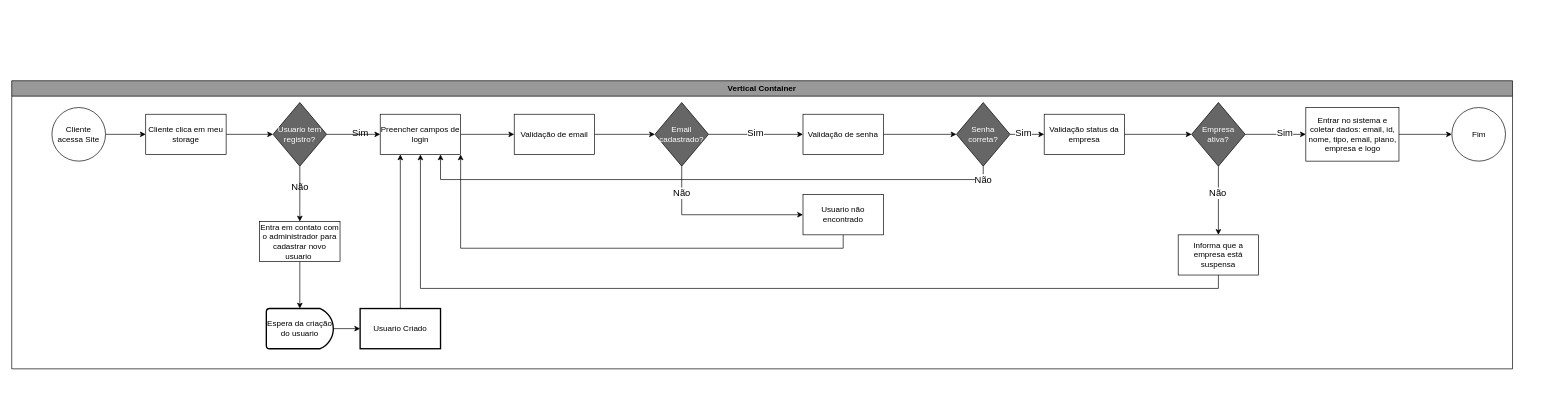
The draw.io diagram page "Login cliente" (6 of 7) of fluxogramas/YS-Fluxo.drawio in eothigas/YS_Storage, before the edit. Source tidied: cells renumbered, new cells numbered last; positions are measured from the earlier drawing's top-left corner, leaving out a move shared by most shapes. Both pictures are drawn from the tidied source at 67%, with x=0, y=0 at pixel (11, 80).
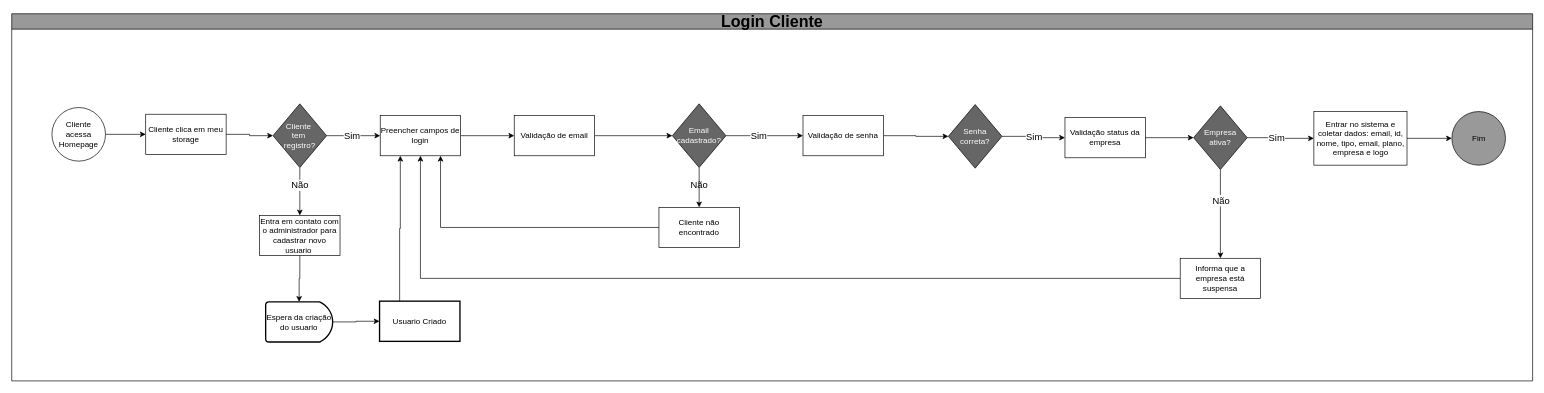
The same page after the edit.

Commit message:
Flugrama - Cliente (Ajustes)

Unchanged cells that the change refers to:
```xml
<mxCell id="5" value="Cliente clica em meu storage" style="whiteSpace=wrap;html=1;" parent="1" vertex="1">
  <mxGeometry x="200" y="50" width="120" height="60" as="geometry" />
</mxCell>
```

Diff of the diagram source:
```diff
@@
-    <mxCell id="3" value="Cliente acessa Site" style="ellipse;whiteSpace=wrap;html=1;" parent="1" vertex="1">
+    <mxCell id="3" value="Cliente acessa Homepage" style="ellipse;whiteSpace=wrap;html=1;" parent="1" vertex="1">
       <mxGeometry x="60" y="40" width="80" height="80" as="geometry" />
     </mxCell>
-    <mxCell id="4" style="edgeStyle=orthogonalEdgeStyle;rounded=0;jettySize=auto;html=1;entryX=0;entryY=0.5;entryDx=0;entryDy=0;" parent="1" edge="1" source="5" target="32">
+    <mxCell id="4" style="edgeStyle=orthogonalEdgeStyle;rounded=0;jettySize=auto;html=1;exitX=1;exitY=0.5;exitDx=0;exitDy=0;entryX=0;entryY=0.5;entryDx=0;entryDy=0;" parent="1" edge="1" source="5" target="32">
       <mxGeometry relative="1" as="geometry" />
     </mxCell>
@@
-    <mxCell id="6" value="Vertical Container" style="swimlane;whiteSpace=wrap;html=1;fillColor=#999999;" parent="1" vertex="1">
-      <mxGeometry width="2240" height="430" as="geometry" />
+    <mxCell id="6" value="&lt;font style=&quot;font-size: 24px;&quot;&gt;Login Cliente&lt;/font&gt;" style="swimlane;whiteSpace=wrap;html=1;fillColor=#999999;" parent="1" vertex="1">
+      <mxGeometry y="-100" width="2270" height="548" as="geometry" />
     </mxCell>
     <mxCell id="7" value="Entra em contato com o administrador para cadastrar novo usuario&amp;nbsp;" style="whiteSpace=wrap;html=1;" parent="6" vertex="1">
-      <mxGeometry x="370" y="210" width="120" height="60" as="geometry" />
+      <mxGeometry x="370" y="301" width="120" height="60" as="geometry" />
     </mxCell>
-    <mxCell id="8" style="edgeStyle=orthogonalEdgeStyle;rounded=0;jettySize=auto;html=1;" parent="6" edge="1" source="9" target="12">
+    <mxCell id="8" style="edgeStyle=orthogonalEdgeStyle;rounded=0;jettySize=auto;html=1;exitX=1;exitY=0.5;exitDx=0;exitDy=0;exitPerimeter=0;entryX=0;entryY=0.5;entryDx=0;entryDy=0;" parent="6" edge="1" source="9" target="12">
       <mxGeometry relative="1" as="geometry" />
     </mxCell>
     <mxCell id="9" value="Espera da criação do usuario" style="strokeWidth=2;html=1;shape=mxgraph.flowchart.delay;whiteSpace=wrap;" parent="6" vertex="1">
-      <mxGeometry x="380" y="340" width="100" height="60" as="geometry" />
+      <mxGeometry x="379" y="430" width="100" height="60" as="geometry" />
     </mxCell>
-    <mxCell id="10" style="edgeStyle=orthogonalEdgeStyle;rounded=0;jettySize=auto;html=1;exitX=0.5;exitY=1;exitDx=0;exitDy=0;entryX=0.5;entryY=0;entryDx=0;entryDy=0;entryPerimeter=0;" parent="6" edge="1" source="7" target="9">
-      <mxGeometry relative="1" as="geometry" />
-    </mxCell>
-    <mxCell id="11" style="edgeStyle=orthogonalEdgeStyle;rounded=0;jettySize=auto;html=1;exitX=0.5;exitY=0;exitDx=0;exitDy=0;entryX=0.25;entryY=1;entryDx=0;entryDy=0;" parent="6" edge="1" source="12" target="14">
+    <mxCell id="11" style="edgeStyle=orthogonalEdgeStyle;rounded=0;jettySize=auto;html=1;exitX=0.25;exitY=0;exitDx=0;exitDy=0;entryX=0.25;entryY=1;entryDx=0;entryDy=0;" parent="6" edge="1" source="12" target="14">
       <mxGeometry relative="1" as="geometry" />
     </mxCell>
     <mxCell id="12" value="Usuario Criado" style="whiteSpace=wrap;html=1;strokeWidth=2;" parent="6" vertex="1">
-      <mxGeometry x="520" y="340" width="120" height="60" as="geometry" />
+      <mxGeometry x="549" y="429" width="120" height="60" as="geometry" />
     </mxCell>
@@
     <mxCell id="14" value="Preencher campos de login" style="whiteSpace=wrap;html=1;" parent="6" vertex="1">
-      <mxGeometry x="550" y="50" width="120" height="60" as="geometry" />
+      <mxGeometry x="550" y="152" width="120" height="60" as="geometry" />
     </mxCell>
-    <mxCell id="15" value="&lt;font style=&quot;font-size: 14px;&quot;&gt;Sim&lt;/font&gt;" style="edgeLabel;html=1;align=center;verticalAlign=middle;" parent="6" vertex="1">
-      <mxGeometry x="530" y="80" as="geometry">
-        <mxPoint x="-11" y="-3" as="offset" />
-      </mxGeometry>
-    </mxCell>
-    <mxCell id="16" value="&lt;font style=&quot;font-size: 14px;&quot;&gt;Não&lt;/font&gt;" style="edgeLabel;html=1;align=center;verticalAlign=middle;" parent="6" vertex="1">
-      <mxGeometry x="440" y="160" as="geometry">
-        <mxPoint x="-11" y="-3" as="offset" />
-      </mxGeometry>
-    </mxCell>
-    <mxCell id="17" style="edgeStyle=orthogonalEdgeStyle;rounded=0;jettySize=auto;html=1;entryX=0;entryY=0.5;entryDx=0;entryDy=0;" parent="6" edge="1" source="18" target="35">
+    <mxCell id="17" style="edgeStyle=orthogonalEdgeStyle;rounded=0;jettySize=auto;html=1;exitX=1;exitY=0.5;exitDx=0;exitDy=0;entryX=0;entryY=0.5;entryDx=0;entryDy=0;" parent="6" edge="1" source="18" target="35">
       <mxGeometry relative="1" as="geometry" />
     </mxCell>
     <mxCell id="18" value="Validação de email" style="whiteSpace=wrap;html=1;" parent="6" vertex="1">
-      <mxGeometry x="750" y="50" width="120" height="60" as="geometry" />
+      <mxGeometry x="750" y="152" width="120" height="60" as="geometry" />
     </mxCell>
-    <mxCell id="19" style="edgeStyle=orthogonalEdgeStyle;rounded=0;jettySize=auto;html=1;exitX=1;exitY=0.5;exitDx=0;exitDy=0;" parent="6" edge="1" source="35" target="26">
-      <mxGeometry relative="1" as="geometry" />
-    </mxCell>
-    <mxCell id="20" style="edgeStyle=orthogonalEdgeStyle;rounded=0;jettySize=auto;html=1;exitX=0.5;exitY=1;exitDx=0;exitDy=0;entryX=0;entryY=0.5;entryDx=0;entryDy=0;" parent="6" edge="1" source="35" target="22">
-      <mxGeometry relative="1" as="geometry" />
-    </mxCell>
-    <mxCell id="21" style="edgeStyle=orthogonalEdgeStyle;rounded=0;jettySize=auto;html=1;exitX=0.5;exitY=1;exitDx=0;exitDy=0;entryX=1;entryY=1;entryDx=0;entryDy=0;" parent="6" edge="1" source="22" target="14">
+    <mxCell id="21" style="edgeStyle=orthogonalEdgeStyle;rounded=0;jettySize=auto;html=1;exitX=0;exitY=0.5;exitDx=0;exitDy=0;entryX=0.75;entryY=1;entryDx=0;entryDy=0;" parent="6" edge="1" source="22" target="14">
       <mxGeometry relative="1" as="geometry" />
     </mxCell>
-    <mxCell id="22" value="Usuario não encontrado" style="whiteSpace=wrap;html=1;" parent="6" vertex="1">
-      <mxGeometry x="1181" y="170" width="120" height="60" as="geometry" />
+    <mxCell id="22" value="Cliente não encontrado" style="whiteSpace=wrap;html=1;" parent="6" vertex="1">
+      <mxGeometry x="966" y="289" width="120" height="60" as="geometry" />
     </mxCell>
     <mxCell id="23" value="&lt;font style=&quot;font-size: 14px;&quot;&gt;Não&lt;/font&gt;" style="edgeLabel;html=1;align=center;verticalAlign=middle;" parent="6" vertex="1">
-      <mxGeometry x="1010" y="170" as="geometry">
+      <mxGeometry x="1036" y="258" as="geometry">
         <mxPoint x="-11" y="-3" as="offset" />
       </mxGeometry>
     </mxCell>
-    <mxCell id="24" value="&lt;font style=&quot;font-size: 14px;&quot;&gt;Sim&lt;/font&gt;" style="edgeLabel;html=1;align=center;verticalAlign=middle;" parent="6" vertex="1">
-      <mxGeometry x="1120" y="80" as="geometry">
-        <mxPoint x="-11" y="-3" as="offset" />
-      </mxGeometry>
-    </mxCell>
-    <mxCell id="25" style="edgeStyle=orthogonalEdgeStyle;rounded=0;jettySize=auto;html=1;entryX=0;entryY=0.5;entryDx=0;entryDy=0;" parent="6" edge="1" source="26" target="36">
+    <mxCell id="25" style="edgeStyle=orthogonalEdgeStyle;rounded=0;jettySize=auto;html=1;exitX=1;exitY=0.5;exitDx=0;exitDy=0;entryX=0;entryY=0.5;entryDx=0;entryDy=0;" parent="6" edge="1" source="26" target="36">
       <mxGeometry relative="1" as="geometry" />
     </mxCell>
     <mxCell id="26" value="Validação de senha" style="whiteSpace=wrap;html=1;" parent="6" vertex="1">
-      <mxGeometry x="1181" y="50" width="120" height="60" as="geometry" />
+      <mxGeometry x="1181" y="152" width="120" height="60" as="geometry" />
     </mxCell>
-    <mxCell id="27" style="edgeStyle=orthogonalEdgeStyle;rounded=0;jettySize=auto;html=1;exitX=0.5;exitY=1;exitDx=0;exitDy=0;entryX=0.75;entryY=1;entryDx=0;entryDy=0;" parent="6" edge="1" source="36" target="14">
-      <mxGeometry relative="1" as="geometry" />
-    </mxCell>
-    <mxCell id="28" style="edgeStyle=orthogonalEdgeStyle;rounded=0;jettySize=auto;html=1;exitX=1;exitY=0.5;exitDx=0;exitDy=0;" parent="6" edge="1" source="36" target="31">
-      <mxGeometry relative="1" as="geometry" />
-    </mxCell>
-    <mxCell id="29" value="&lt;font style=&quot;font-size: 14px;&quot;&gt;Não&lt;/font&gt;" style="edgeLabel;html=1;align=center;verticalAlign=middle;" parent="6" vertex="1">
-      <mxGeometry x="1460" y="150" as="geometry">
-        <mxPoint x="-11" y="-3" as="offset" />
-      </mxGeometry>
-    </mxCell>
-    <mxCell id="30" style="edgeStyle=orthogonalEdgeStyle;rounded=0;jettySize=auto;html=1;" parent="6" edge="1" source="31" target="38">
+    <mxCell id="30" style="edgeStyle=orthogonalEdgeStyle;rounded=0;jettySize=auto;html=1;exitX=1;exitY=0.5;exitDx=0;exitDy=0;entryX=0;entryY=0.5;entryDx=0;entryDy=0;" parent="6" edge="1" source="31" target="38">
       <mxGeometry relative="1" as="geometry" />
     </mxCell>
     <mxCell id="31" value="Validação status da empresa" style="whiteSpace=wrap;html=1;" parent="6" vertex="1">
-      <mxGeometry x="1541" y="50" width="120" height="60" as="geometry" />
+      <mxGeometry x="1572" y="155" width="120" height="60" as="geometry" />
     </mxCell>
-    <mxCell id="32" value="&lt;font color=&quot;#ffffff&quot;&gt;Usuario tem registro?&lt;/font&gt;" style="rhombus;whiteSpace=wrap;html=1;fillColor=#666666;" parent="6" vertex="1">
-      <mxGeometry x="390" y="32.5" width="80" height="95" as="geometry" />
-    </mxCell>
-    <mxCell id="33" style="edgeStyle=orthogonalEdgeStyle;rounded=0;jettySize=auto;html=1;exitX=0.5;exitY=1;exitDx=0;exitDy=0;" parent="6" edge="1" source="32" target="7">
+    <mxCell id="33" style="edgeStyle=orthogonalEdgeStyle;rounded=0;jettySize=auto;html=1;exitX=0.5;exitY=1;exitDx=0;exitDy=0;entryX=0.5;entryY=0;entryDx=0;entryDy=0;" parent="6" edge="1" source="32" target="7">
       <mxGeometry relative="1" as="geometry" />
     </mxCell>
-    <mxCell id="34" style="edgeStyle=orthogonalEdgeStyle;rounded=0;jettySize=auto;html=1;exitX=1;exitY=0.5;exitDx=0;exitDy=0;" parent="6" edge="1" source="32" target="14">
+    <mxCell id="34" style="edgeStyle=orthogonalEdgeStyle;rounded=0;jettySize=auto;html=1;exitX=1;exitY=0.5;exitDx=0;exitDy=0;entryX=0;entryY=0.5;entryDx=0;entryDy=0;" parent="6" edge="1" source="32" target="14">
       <mxGeometry relative="1" as="geometry" />
     </mxCell>
+    <mxCell id="32" value="&lt;font color=&quot;#ffffff&quot;&gt;Cliente&amp;nbsp;&lt;/font&gt;&lt;div&gt;&lt;font color=&quot;#ffffff&quot;&gt;tem&amp;nbsp;&lt;/font&gt;&lt;/div&gt;&lt;div&gt;&lt;font color=&quot;#ffffff&quot;&gt;registro?&lt;/font&gt;&lt;/div&gt;" style="rhombus;whiteSpace=wrap;html=1;fillColor=#666666;" parent="6" vertex="1">
+      <mxGeometry x="390" y="134.5" width="80" height="95" as="geometry" />
+    </mxCell>
+    <mxCell id="19" style="edgeStyle=orthogonalEdgeStyle;rounded=0;jettySize=auto;html=1;exitX=1;exitY=0.5;exitDx=0;exitDy=0;entryX=0;entryY=0.5;entryDx=0;entryDy=0;" parent="6" edge="1" source="35" target="26">
+      <mxGeometry relative="1" as="geometry" />
+    </mxCell>
+    <mxCell id="24" value="&lt;font style=&quot;font-size: 14px;&quot;&gt;Sim&lt;/font&gt;" style="edgeLabel;html=1;align=center;verticalAlign=middle;" parent="19" vertex="1">
+      <mxGeometry x="-0.14" relative="1" as="geometry">
+        <mxPoint x="-1" as="offset" />
+      </mxGeometry>
+    </mxCell>
+    <mxCell id="20" style="edgeStyle=orthogonalEdgeStyle;rounded=0;jettySize=auto;html=1;exitX=0.5;exitY=1;exitDx=0;exitDy=0;" parent="6" edge="1" source="35" target="22">
+      <mxGeometry relative="1" as="geometry" />
+    </mxCell>
     <mxCell id="35" value="&lt;font color=&quot;#ffffff&quot;&gt;Email cadastrado?&lt;/font&gt;" style="rhombus;whiteSpace=wrap;html=1;fillColor=#666666;" parent="6" vertex="1">
-      <mxGeometry x="960" y="32.5" width="80" height="95" as="geometry" />
+      <mxGeometry x="986" y="134.5" width="80" height="95" as="geometry" />
     </mxCell>
+    <mxCell id="28" style="edgeStyle=orthogonalEdgeStyle;rounded=0;jettySize=auto;html=1;exitX=1;exitY=0.5;exitDx=0;exitDy=0;entryX=0;entryY=0.5;entryDx=0;entryDy=0;" parent="6" edge="1" source="36" target="31">
+      <mxGeometry relative="1" as="geometry" />
+    </mxCell>
     <mxCell id="36" value="&lt;font color=&quot;#ffffff&quot;&gt;Senha correta?&lt;/font&gt;" style="rhombus;whiteSpace=wrap;html=1;fillColor=#666666;" parent="6" vertex="1">
-      <mxGeometry x="1410" y="32.5" width="80" height="95" as="geometry" />
+      <mxGeometry x="1398" y="135.5" width="80" height="95" as="geometry" />
     </mxCell>
@@
+    <mxCell id="43" style="edgeStyle=orthogonalEdgeStyle;rounded=0;jettySize=auto;html=1;exitX=1;exitY=0.5;exitDx=0;exitDy=0;entryX=0;entryY=0.5;entryDx=0;entryDy=0;" parent="6" edge="1" source="38" target="42">
+      <mxGeometry relative="1" as="geometry" />
+    </mxCell>
     <mxCell id="38" value="&lt;font color=&quot;#ffffff&quot;&gt;Empresa ativa?&lt;/font&gt;" style="rhombus;whiteSpace=wrap;html=1;fillColor=#666666;" parent="6" vertex="1">
-      <mxGeometry x="1761" y="32.5" width="80" height="95" as="geometry" />
+      <mxGeometry x="1764" y="137.5" width="80" height="95" as="geometry" />
     </mxCell>
     <mxCell id="39" value="&lt;font style=&quot;font-size: 14px;&quot;&gt;Sim&lt;/font&gt;" style="edgeLabel;html=1;align=center;verticalAlign=middle;" parent="6" vertex="1">
-      <mxGeometry x="1520" y="80" as="geometry">
+      <mxGeometry x="1536" y="186" as="geometry">
         <mxPoint x="-11" y="-3" as="offset" />
       </mxGeometry>
     </mxCell>
     <mxCell id="40" value="&lt;font style=&quot;font-size: 14px;&quot;&gt;Não&lt;/font&gt;" style="edgeLabel;html=1;align=center;verticalAlign=middle;" parent="6" vertex="1">
-      <mxGeometry x="1810" y="170" as="geometry">
+      <mxGeometry x="1815" y="281" as="geometry">
         <mxPoint x="-11" y="-3" as="offset" />
       </mxGeometry>
     </mxCell>
-    <mxCell id="41" style="edgeStyle=orthogonalEdgeStyle;rounded=0;jettySize=auto;html=1;" parent="6" edge="1" source="42" target="46">
+    <mxCell id="41" style="edgeStyle=orthogonalEdgeStyle;rounded=0;jettySize=auto;html=1;exitX=1;exitY=0.5;exitDx=0;exitDy=0;entryX=0;entryY=0.5;entryDx=0;entryDy=0;" parent="6" edge="1" source="42" target="46">
       <mxGeometry relative="1" as="geometry" />
     </mxCell>
     <mxCell id="42" value="Entrar no sistema e coletar dados: email, id, nome, tipo, email, plano, empresa e logo" style="whiteSpace=wrap;html=1;" parent="6" vertex="1">
-      <mxGeometry x="1931.5" y="40" width="139" height="80" as="geometry" />
+      <mxGeometry x="1943.5" y="146" width="139" height="80" as="geometry" />
     </mxCell>
-    <mxCell id="43" style="edgeStyle=orthogonalEdgeStyle;rounded=0;jettySize=auto;html=1;exitX=1;exitY=0.5;exitDx=0;exitDy=0;" parent="6" edge="1" source="38" target="42">
-      <mxGeometry relative="1" as="geometry" />
-    </mxCell>
-    <mxCell id="44" style="edgeStyle=orthogonalEdgeStyle;rounded=0;jettySize=auto;html=1;exitX=0.5;exitY=1;exitDx=0;exitDy=0;entryX=0.5;entryY=1;entryDx=0;entryDy=0;" parent="6" edge="1" source="45" target="14">
+    <mxCell id="44" style="edgeStyle=orthogonalEdgeStyle;rounded=0;jettySize=auto;html=1;exitX=0;exitY=0.5;exitDx=0;exitDy=0;entryX=0.5;entryY=1;entryDx=0;entryDy=0;" parent="6" edge="1" source="45" target="14">
       <mxGeometry relative="1" as="geometry" />
     </mxCell>
     <mxCell id="45" value="Informa que a empresa está suspensa" style="rounded=0;whiteSpace=wrap;html=1;" parent="6" vertex="1">
-      <mxGeometry x="1741" y="230" width="120" height="60" as="geometry" />
+      <mxGeometry x="1744" y="365" width="120" height="60" as="geometry" />
     </mxCell>
+    <mxCell id="16" value="&lt;font style=&quot;font-size: 14px;&quot;&gt;Não&lt;/font&gt;" style="edgeLabel;html=1;align=center;verticalAlign=middle;" parent="6" vertex="1">
+      <mxGeometry x="440" y="258" as="geometry">
+        <mxPoint x="-11" y="-3" as="offset" />
+      </mxGeometry>
+    </mxCell>
+    <mxCell id="15" value="&lt;font style=&quot;font-size: 14px;&quot;&gt;Sim&lt;/font&gt;" style="edgeLabel;html=1;align=center;verticalAlign=middle;" parent="6" vertex="1">
+      <mxGeometry x="518" y="184" as="geometry">
+        <mxPoint x="-11" y="-3" as="offset" />
+      </mxGeometry>
+    </mxCell>
+    <mxCell id="10" style="edgeStyle=orthogonalEdgeStyle;rounded=0;jettySize=auto;html=1;exitX=0.5;exitY=1;exitDx=0;exitDy=0;entryX=0.5;entryY=0;entryDx=0;entryDy=0;entryPerimeter=0;" parent="6" edge="1" source="7" target="9">
+      <mxGeometry relative="1" as="geometry" />
+    </mxCell>
+    <mxCell id="47" value="&lt;font style=&quot;font-size: 14px;&quot;&gt;Sim&lt;/font&gt;" style="edgeLabel;html=1;align=center;verticalAlign=middle;" parent="6" vertex="1">
+      <mxGeometry x="1898" y="187" as="geometry">
+        <mxPoint x="-11" y="-3" as="offset" />
+      </mxGeometry>
+    </mxCell>
-    <mxCell id="46" value="Fim" style="ellipse;whiteSpace=wrap;html=1;" parent="6" vertex="1">
-      <mxGeometry x="2149.5" y="40" width="80" height="80" as="geometry" />
+    <mxCell id="46" value="Fim" style="ellipse;whiteSpace=wrap;html=1;strokeColor=#000000;fillColor=#999999;" parent="6" vertex="1">
+      <mxGeometry x="2149.5" y="146" width="80" height="80" as="geometry" />
     </mxCell>
-    <mxCell id="47" value="&lt;font style=&quot;font-size: 14px;&quot;&gt;Sim&lt;/font&gt;" style="edgeLabel;html=1;align=center;verticalAlign=middle;" parent="1" vertex="1">
-      <mxGeometry x="1910" y="80" as="geometry">
-        <mxPoint x="-11" y="-3" as="offset" />
-      </mxGeometry>
-    </mxCell>
```
